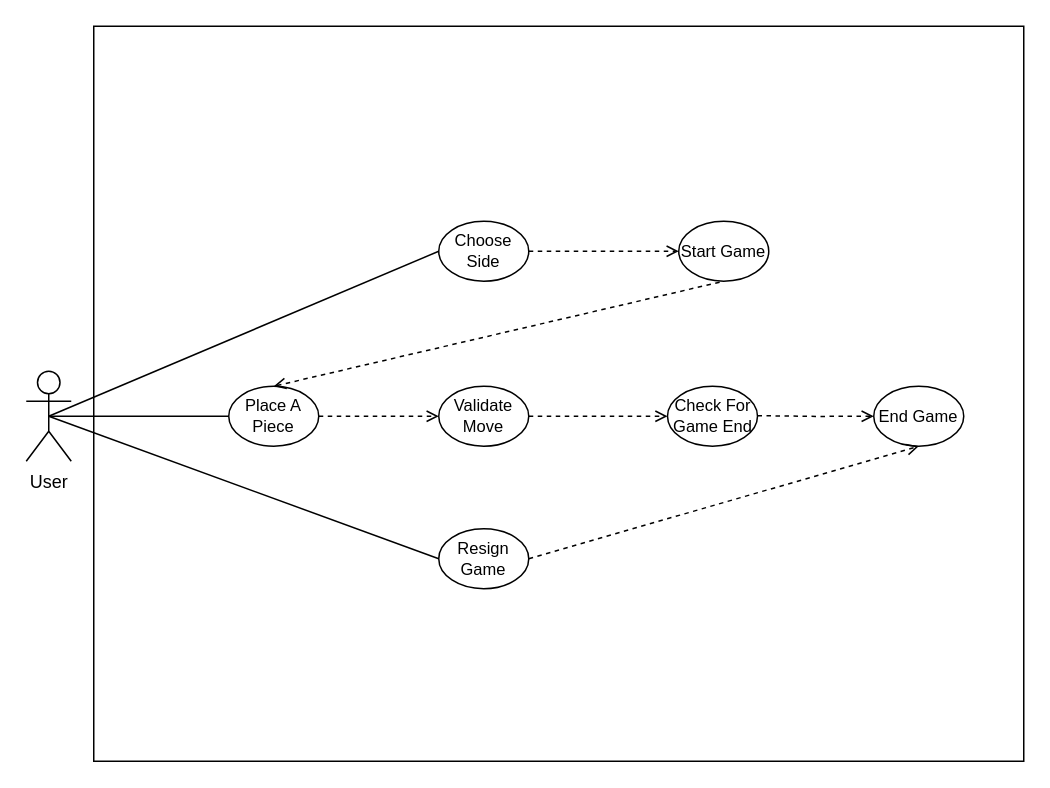
m-yoon02/Condensation keeps this draw.io diagram as Iteration_1/Backend/UseCaseDiagrams/backend_UseCaseDiagram.drawio. Above is the earlier version. Source tidied: cells renumbered, new cells numbered last; positions are measured from the earlier drawing's top-left corner, leaving out a move shared by most shapes. Both pictures are drawn from the tidied source at 150%, with x=0, y=0 at pixel (26, 26).
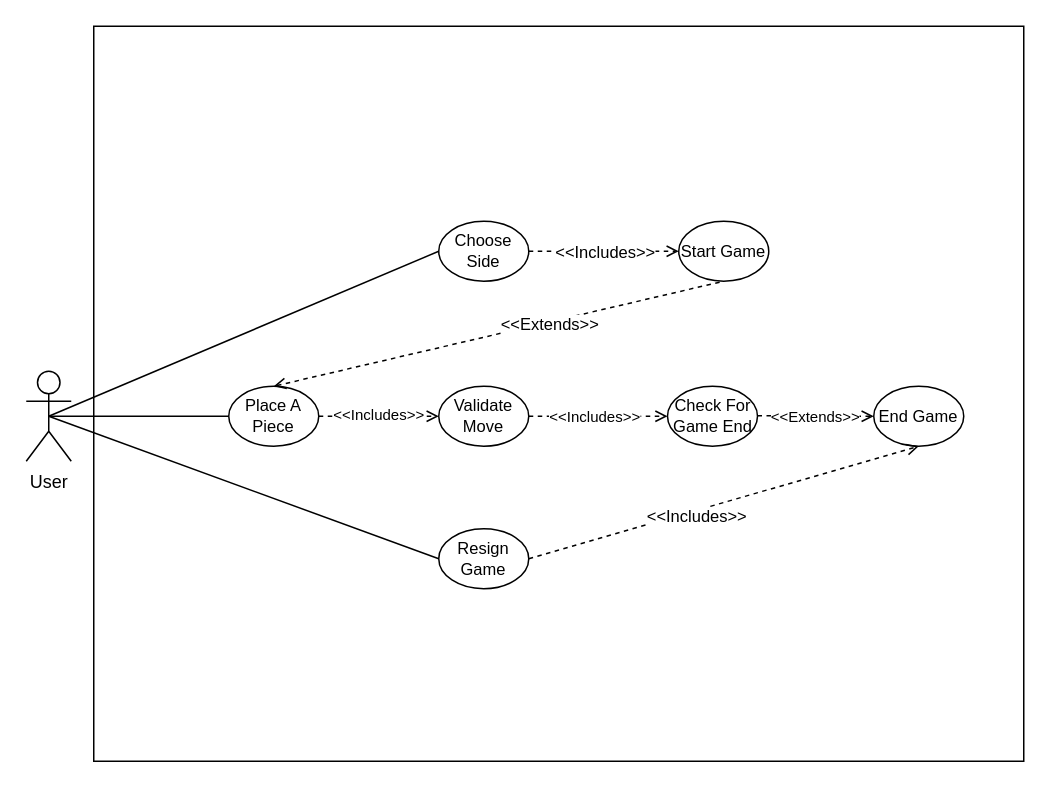
After the change.

The change refers to these unchanged cells:
```xml
<mxCell id="7" style="edgeStyle=orthogonalEdgeStyle;rounded=0;jettySize=auto;html=1;dashed=1;endArrow=open;endFill=0;entryX=0;entryY=0.5;entryDx=0;entryDy=0;" parent="1" edge="1" source="11" target="12">
  <mxGeometry relative="1" as="geometry" />
</mxCell>
<mxCell id="8" style="edgeStyle=orthogonalEdgeStyle;rounded=0;jettySize=auto;html=1;dashed=1;endArrow=open;endFill=0;exitX=1;exitY=0.5;exitDx=0;exitDy=0;entryX=0;entryY=0.5;entryDx=0;entryDy=0;" parent="1" edge="1" source="5" target="4">
  <mxGeometry relative="1" as="geometry" />
</mxCell>
<mxCell id="10" style="edgeStyle=orthogonalEdgeStyle;rounded=0;jettySize=auto;html=1;dashed=1;endArrow=open;endFill=0;exitX=1;exitY=0.5;exitDx=0;exitDy=0;" parent="1" edge="1" source="6" target="11">
  <mxGeometry relative="1" as="geometry" />
</mxCell>
<mxCell id="16" style="endArrow=none;dashed=1;html=1;rounded=0;entryX=0.5;entryY=1;entryDx=0;entryDy=0;endFill=0;startArrow=open;startFill=0;" parent="1" edge="1" target="4">
  <mxGeometry relative="1" as="geometry">
    <mxPoint x="165" y="240" as="sourcePoint" />
  </mxGeometry>
</mxCell>
<mxCell id="18" style="edgeStyle=orthogonalEdgeStyle;rounded=0;orthogonalLoop=1;jettySize=auto;html=1;dashed=1;endArrow=open;endFill=0;" parent="1" edge="1">
  <mxGeometry relative="1" as="geometry">
    <mxPoint x="487.5" y="259.6" as="sourcePoint" />
    <mxPoint x="565" y="260" as="targetPoint" />
  </mxGeometry>
</mxCell>
<mxCell id="19" style="endArrow=open;dashed=1;html=1;rounded=0;entryX=0.5;entryY=1;entryDx=0;entryDy=0;exitX=1;exitY=0.5;exitDx=0;exitDy=0;endFill=0;" parent="1" edge="1" source="9" target="17">
  <mxGeometry relative="1" as="geometry" />
</mxCell>
```

What changed in the source:
```diff
@@
+    <mxCell id="20" value="&lt;font style=&quot;font-size: 10px;&quot;&gt;&amp;lt;&amp;lt;Includes&amp;gt;&amp;gt;&lt;/font&gt;" style="edgeLabel;html=1;align=center;verticalAlign=middle;" parent="7" vertex="1">
+      <mxGeometry x="-0.08" y="1" relative="1" as="geometry" />
+    </mxCell>
@@
+    <mxCell id="21" value="&amp;lt;&amp;lt;Includes&amp;gt;&amp;gt;" style="edgeLabel;html=1;align=center;verticalAlign=middle;" parent="8" vertex="1">
+      <mxGeometry x="-0.2" y="-1" relative="1" as="geometry">
+        <mxPoint x="10" y="-1" as="offset" />
+      </mxGeometry>
+    </mxCell>
@@
+    <mxCell id="22" value="&amp;lt;&amp;lt;Includes&amp;gt;&amp;gt;" style="edgeLabel;html=1;align=center;verticalAlign=middle;fontSize=10;" parent="10" vertex="1">
+      <mxGeometry x="-0.02" y="2" relative="1" as="geometry" />
+    </mxCell>
@@
+    <mxCell id="23" value="&amp;lt;&amp;lt;Extends&amp;gt;&amp;gt;" style="edgeLabel;html=1;align=center;verticalAlign=middle;" parent="16" vertex="1">
+      <mxGeometry x="0.22" y="-1" relative="1" as="geometry" />
+    </mxCell>
@@
+    <mxCell id="24" value="&amp;lt;&amp;lt;Extends&amp;gt;&amp;gt;" style="edgeLabel;html=1;align=center;verticalAlign=middle;fontSize=10;" parent="18" vertex="1">
+      <mxGeometry x="-0.34" y="-1" relative="1" as="geometry">
+        <mxPoint x="12" y="-1" as="offset" />
+      </mxGeometry>
+    </mxCell>
@@
+    <mxCell id="25" value="&amp;lt;&amp;lt;Includes&amp;gt;&amp;gt;" style="edgeLabel;html=1;align=center;verticalAlign=middle;" parent="19" vertex="1">
+      <mxGeometry x="-0.15" y="-4" relative="1" as="geometry" />
+    </mxCell>
```
